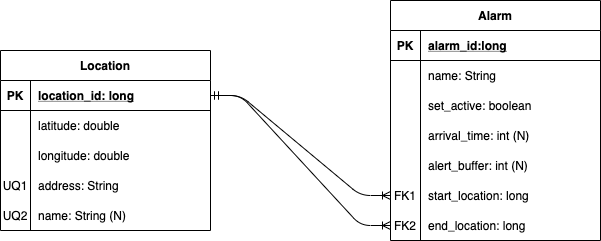
This is docs/img/erd.png from pcutter1/true-alarm, a draw.io export, as it was before one commit. Source tidied: cells renumbered, new cells last; positions are measured from the earlier drawing's top-left corner, leaving out a move shared by most shapes.
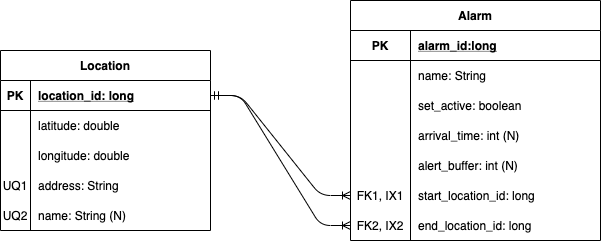
The same diagram one commit later.

What changed in the source:
```diff
@@ -3,70 +3,70 @@
     <mxCell id="0" />
     <mxCell id="1" parent="0" />
     <mxCell id="2" value="Alarm" style="shape=table;startSize=30;rowLines=0;fontStyle=1;align=center;" parent="1" vertex="1">
-      <mxGeometry x="390" width="210" height="240" as="geometry" />
+      <mxGeometry x="350" width="250" height="240" as="geometry" />
     </mxCell>
     <mxCell id="3" style="shape=partialRectangle;fillColor=none;top=0;left=0;bottom=1;right=0;" parent="2" vertex="1">
-      <mxGeometry y="30" width="210" height="30" as="geometry" />
+      <mxGeometry y="30" width="250" height="30" as="geometry" />
     </mxCell>
     <mxCell id="4" value="PK" style="shape=partialRectangle;fillColor=none;top=0;left=0;bottom=0;right=0;fontStyle=1;overflow=hidden;" parent="3" vertex="1">
-      <mxGeometry width="30" height="30" as="geometry" />
+      <mxGeometry width="60" height="30" as="geometry" />
     </mxCell>
     <mxCell id="5" value="alarm_id:long" style="shape=partialRectangle;fillColor=none;top=0;left=0;bottom=0;right=0;align=left;spacingLeft=6;fontStyle=5;overflow=hidden;" parent="3" vertex="1">
-      <mxGeometry x="30" width="180" height="30" as="geometry" />
+      <mxGeometry x="60" width="190" height="30" as="geometry" />
     </mxCell>
     <mxCell id="6" style="shape=partialRectangle;fillColor=none;top=0;left=0;bottom=0;right=0;" parent="2" vertex="1">
-      <mxGeometry y="60" width="210" height="30" as="geometry" />
+      <mxGeometry y="60" width="250" height="30" as="geometry" />
     </mxCell>
     <mxCell id="7" style="shape=partialRectangle;fillColor=none;top=0;left=0;bottom=0;right=0;overflow=hidden;" parent="6" vertex="1">
-      <mxGeometry width="30" height="30" as="geometry" />
+      <mxGeometry width="60" height="30" as="geometry" />
     </mxCell>
     <mxCell id="8" value="name: String" style="shape=partialRectangle;fillColor=none;top=0;left=0;bottom=0;right=0;align=left;spacingLeft=6;overflow=hidden;" parent="6" vertex="1">
-      <mxGeometry x="30" width="180" height="30" as="geometry" />
+      <mxGeometry x="60" width="190" height="30" as="geometry" />
     </mxCell>
     <mxCell id="9" style="shape=partialRectangle;fillColor=none;top=0;left=0;bottom=0;right=0;" parent="2" vertex="1">
-      <mxGeometry y="90" width="210" height="30" as="geometry" />
+      <mxGeometry y="90" width="250" height="30" as="geometry" />
     </mxCell>
     <mxCell id="10" style="shape=partialRectangle;fillColor=none;top=0;left=0;bottom=0;right=0;overflow=hidden;" parent="9" vertex="1">
-      <mxGeometry width="30" height="30" as="geometry" />
+      <mxGeometry width="60" height="30" as="geometry" />
     </mxCell>
     <mxCell id="11" value="set_active: boolean" style="shape=partialRectangle;fillColor=none;top=0;left=0;bottom=0;right=0;align=left;spacingLeft=6;overflow=hidden;" parent="9" vertex="1">
-      <mxGeometry x="30" width="180" height="30" as="geometry" />
+      <mxGeometry x="60" width="190" height="30" as="geometry" />
     </mxCell>
     <mxCell id="12" style="shape=partialRectangle;fillColor=none;top=0;left=0;bottom=0;right=0;" parent="2" vertex="1">
-      <mxGeometry y="120" width="210" height="30" as="geometry" />
+      <mxGeometry y="120" width="250" height="30" as="geometry" />
     </mxCell>
     <mxCell id="13" style="shape=partialRectangle;fillColor=none;top=0;left=0;bottom=0;right=0;overflow=hidden;" parent="12" vertex="1">
-      <mxGeometry width="30" height="30" as="geometry" />
+      <mxGeometry width="60" height="30" as="geometry" />
     </mxCell>
     <mxCell id="14" value="arrival_time: int (N)" style="shape=partialRectangle;fillColor=none;top=0;left=0;bottom=0;right=0;align=left;spacingLeft=6;overflow=hidden;" parent="12" vertex="1">
-      <mxGeometry x="30" width="180" height="30" as="geometry" />
+      <mxGeometry x="60" width="190" height="30" as="geometry" />
     </mxCell>
     <mxCell id="15" style="shape=partialRectangle;fillColor=none;top=0;left=0;bottom=0;right=0;" parent="2" vertex="1">
-      <mxGeometry y="150" width="210" height="30" as="geometry" />
+      <mxGeometry y="150" width="250" height="30" as="geometry" />
     </mxCell>
     <mxCell id="16" style="shape=partialRectangle;fillColor=none;top=0;left=0;bottom=0;right=0;overflow=hidden;" parent="15" vertex="1">
-      <mxGeometry width="30" height="30" as="geometry" />
+      <mxGeometry width="60" height="30" as="geometry" />
     </mxCell>
     <mxCell id="17" value="alert_buffer: int (N)" style="shape=partialRectangle;fillColor=none;top=0;left=0;bottom=0;right=0;align=left;spacingLeft=6;overflow=hidden;" parent="15" vertex="1">
-      <mxGeometry x="30" width="180" height="30" as="geometry" />
+      <mxGeometry x="60" width="190" height="30" as="geometry" />
     </mxCell>
     <mxCell id="18" style="shape=partialRectangle;fillColor=none;top=0;left=0;bottom=0;right=0;points=[[0,0.5],[1,0.5]];portConstraint=eastwest;" parent="2" vertex="1">
-      <mxGeometry y="180" width="210" height="30" as="geometry" />
+      <mxGeometry y="180" width="250" height="30" as="geometry" />
     </mxCell>
-    <mxCell id="19" value="FK1" style="shape=partialRectangle;fillColor=none;top=0;left=0;bottom=0;right=0;overflow=hidden;" parent="18" vertex="1">
-      <mxGeometry width="30" height="30" as="geometry" />
+    <mxCell id="19" value="FK1, IX1" style="shape=partialRectangle;fillColor=none;top=0;left=0;bottom=0;right=0;overflow=hidden;" parent="18" vertex="1">
+      <mxGeometry width="60" height="30" as="geometry" />
     </mxCell>
-    <mxCell id="20" value="start_location: long" style="shape=partialRectangle;fillColor=none;top=0;left=0;bottom=0;right=0;align=left;spacingLeft=6;overflow=hidden;" parent="18" vertex="1">
-      <mxGeometry x="30" width="180" height="30" as="geometry" />
+    <mxCell id="20" value="start_location_id: long" style="shape=partialRectangle;fillColor=none;top=0;left=0;bottom=0;right=0;align=left;spacingLeft=6;overflow=hidden;" parent="18" vertex="1">
+      <mxGeometry x="60" width="190" height="30" as="geometry" />
     </mxCell>
     <mxCell id="21" style="shape=partialRectangle;fillColor=none;top=0;left=0;bottom=0;right=0;points=[[0,0.5],[1,0.5]];portConstraint=eastwest;" parent="2" vertex="1">
-      <mxGeometry y="210" width="210" height="30" as="geometry" />
+      <mxGeometry y="210" width="250" height="30" as="geometry" />
     </mxCell>
-    <mxCell id="22" value="FK2" style="shape=partialRectangle;fillColor=none;top=0;left=0;bottom=0;right=0;overflow=hidden;" parent="21" vertex="1">
-      <mxGeometry width="30" height="30" as="geometry" />
+    <mxCell id="22" value="FK2, IX2" style="shape=partialRectangle;fillColor=none;top=0;left=0;bottom=0;right=0;overflow=hidden;" parent="21" vertex="1">
+      <mxGeometry width="60" height="30" as="geometry" />
     </mxCell>
-    <mxCell id="23" value="end_location: long" style="shape=partialRectangle;fillColor=none;top=0;left=0;bottom=0;right=0;align=left;spacingLeft=6;overflow=hidden;" parent="21" vertex="1">
-      <mxGeometry x="30" width="180" height="30" as="geometry" />
+    <mxCell id="23" value="end_location_id: long" style="shape=partialRectangle;fillColor=none;top=0;left=0;bottom=0;right=0;align=left;spacingLeft=6;overflow=hidden;" parent="21" vertex="1">
+      <mxGeometry x="60" width="190" height="30" as="geometry" />
     </mxCell>
     <mxCell id="24" value="Location" style="shape=table;startSize=30;rowLines=0;fontStyle=1;align=center;" parent="1" vertex="1">
       <mxGeometry y="50" width="210" height="180" as="geometry" />
```
